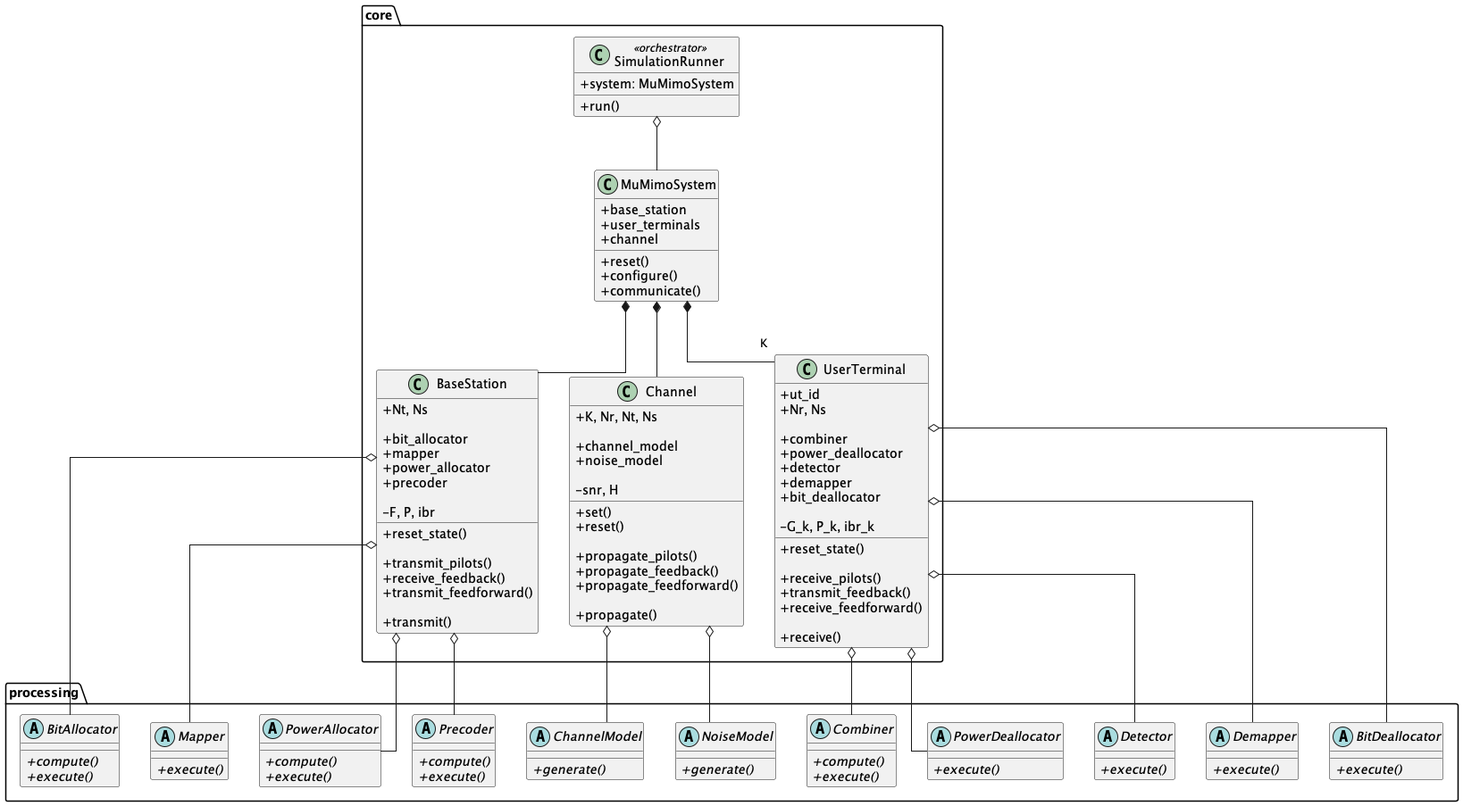
Before: mu-mimo/report/figures/out/class_diagram.png, a diagram exported from PlantUML (wannesbaes/satellite-precoding-techniques). The source it was exported from:
```plantuml
@startuml class_diagram

skinparam classAttributeIconSize 0
skinparam linetype ortho
hide empty methods

package "core" {

    class SimulationRunner << orchestrator >> {
        + system: MuMimoSystem

        + run()
    }

    class MuMimoSystem {
        + base_station
        + user_terminals
        + channel

        + reset()
        + configure()
        + communicate()
    }

    class BaseStation {
        + Nt, Ns

        + bit_allocator
        + mapper
        + power_allocator
        + precoder

        - F, P, ibr

        + reset_state()

        + transmit_pilots()
        + receive_feedback()
        + transmit_feedforward()

        + transmit()
    }

    class Channel {
        + K, Nr, Nt, Ns

        + channel_model
        + noise_model

        - snr, H

        + set()
        + reset()

        + propagate_pilots()
        + propagate_feedback()
        + propagate_feedforward()

        + propagate()
    }

    class UserTerminal {

        + ut_id
        + Nr, Ns

        + combiner
        + power_deallocator
        + detector
        + demapper
        + bit_deallocator

        - G_k, P_k, ibr_k

        + reset_state()

        + receive_pilots()
        + transmit_feedback()
        + receive_feedforward()

        + receive()
    }

}

package "processing" {

    abstract class BitAllocator {
        + {abstract} compute()
        + {abstract} execute()
    }

    abstract class Mapper {
        + {abstract} execute()
    }

    abstract class PowerAllocator {
        + {abstract} compute()
        + {abstract} execute()
    }

    abstract class Precoder {
        + {abstract} compute()
        + {abstract} execute()
    }


    abstract class ChannelModel {
        + {abstract} generate()
    }

    abstract class NoiseModel {
        + {abstract} generate()
    }


    abstract class Combiner {
        + {abstract} compute()
        + {abstract} execute()
    }

    abstract class PowerDeallocator {
        + {abstract} execute()
    }

    abstract class Detector {
        + {abstract} execute()
    }

    abstract class Demapper {
        + {abstract} execute()
    }

    abstract class BitDeallocator {
        + {abstract} execute()
    }
}


SimulationRunner o-- MuMimoSystem

MuMimoSystem *-- BaseStation
MuMimoSystem *-- "K" UserTerminal
MuMimoSystem *-- Channel

BaseStation o-- BitAllocator
BaseStation o-- Mapper
BaseStation o-- PowerAllocator
BaseStation o-- Precoder

UserTerminal o-- Combiner
UserTerminal o-- PowerDeallocator
UserTerminal o-- Detector
UserTerminal o-- Demapper
UserTerminal o-- BitDeallocator

Channel o-- ChannelModel
Channel o-- NoiseModel


@enduml
```
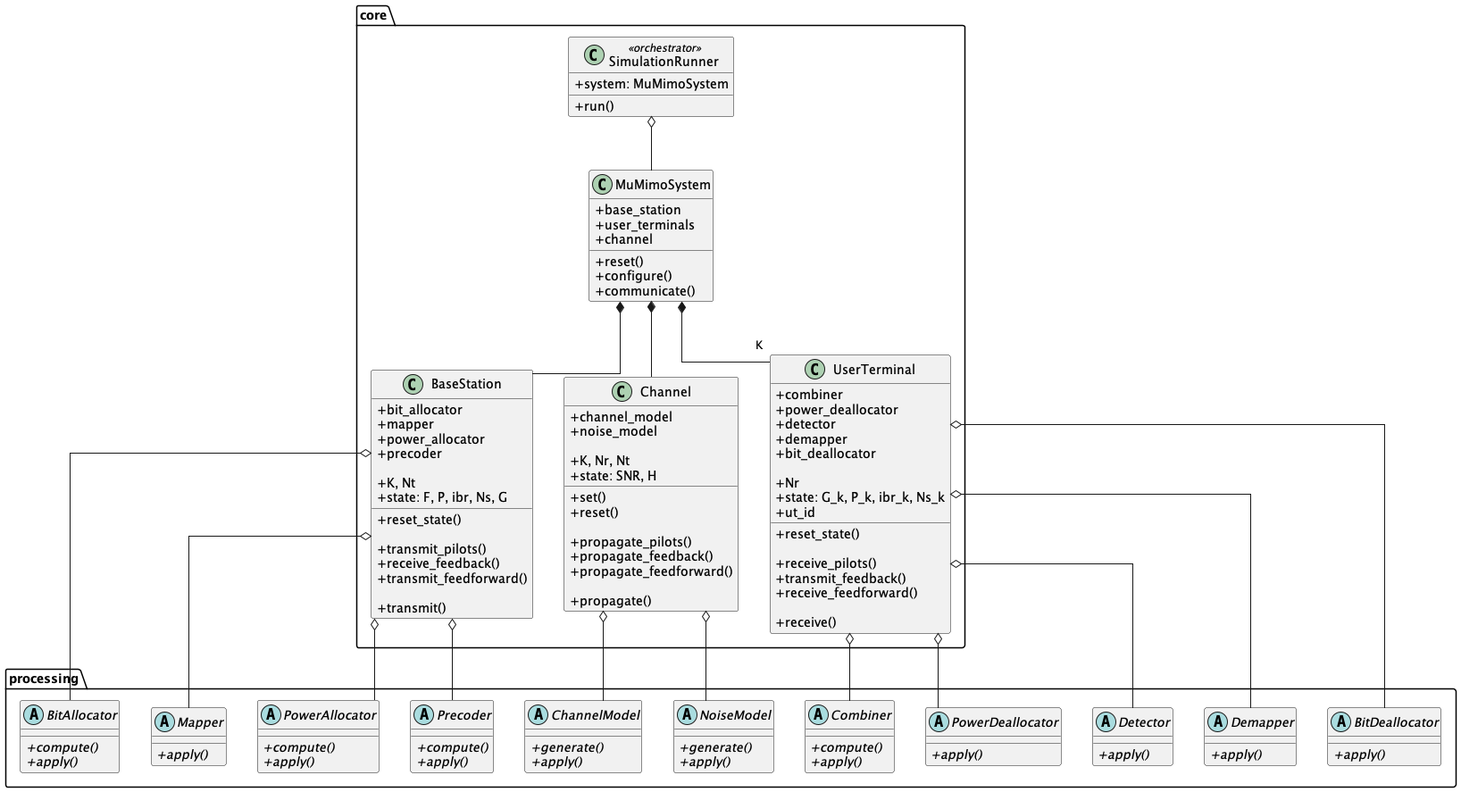
The same file after the commit.

The edit, as a diff of the source:
```diff
@@ -23,14 +23,13 @@
     }
 
     class BaseStation {
-        + Nt, Ns
-
         + bit_allocator
         + mapper
         + power_allocator
         + precoder
 
-        - F, P, ibr
+        + K, Nt
+        + state: F, P, ibr, Ns, G
 
         + reset_state()
 
@@ -42,12 +41,11 @@
     }
 
     class Channel {
-        + K, Nr, Nt, Ns
-
         + channel_model
         + noise_model
 
-        - snr, H
+        + K, Nr, Nt
+        + state: SNR, H
 
         + set()
         + reset()
@@ -60,17 +58,15 @@
     }
 
     class UserTerminal {
-
-        + ut_id
-        + Nr, Ns
-
         + combiner
         + power_deallocator
         + detector
         + demapper
         + bit_deallocator
 
-        - G_k, P_k, ibr_k
+        + Nr
+        + state: G_k, P_k, ibr_k, Ns_k
+        + ut_id
 
         + reset_state()
 
@@ -87,52 +83,54 @@
 
     abstract class BitAllocator {
         + {abstract} compute()
-        + {abstract} execute()
+        + {abstract} apply()
     }
 
     abstract class Mapper {
-        + {abstract} execute()
+        + {abstract} apply()
     }
 
     abstract class PowerAllocator {
         + {abstract} compute()
-        + {abstract} execute()
+        + {abstract} apply()
     }
 
     abstract class Precoder {
         + {abstract} compute()
-        + {abstract} execute()
+        + {abstract} apply()
     }
 
 
     abstract class ChannelModel {
         + {abstract} generate()
+        + {abstract} apply()
     }
 
     abstract class NoiseModel {
         + {abstract} generate()
+        + {abstract} apply()
     }
 
 
     abstract class Combiner {
         + {abstract} compute()
-        + {abstract} execute()
+        + {abstract} apply()
     }
 
     abstract class PowerDeallocator {
-        + {abstract} execute()
+        + {abstract} apply()
     }
 
     abstract class Detector {
-        + {abstract} execute()
+        + {abstract} apply()
     }
 
     abstract class Demapper {
-        + {abstract} execute()
+        + {abstract} apply()
     }
 
     abstract class BitDeallocator {
-        + {abstract} execute()
+        + {abstract} apply()
     }
 }
 
```
